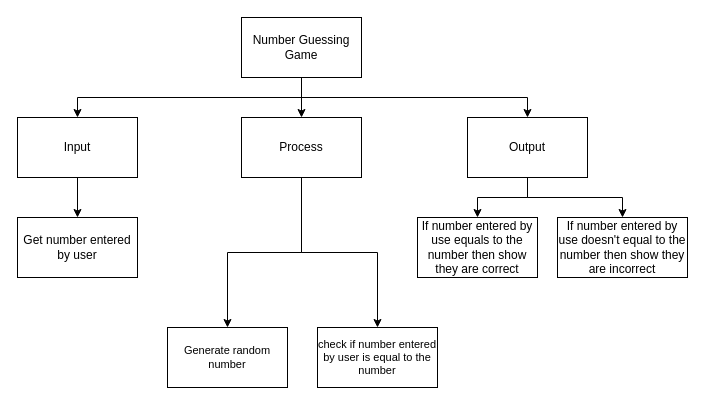
michael-clermont1/ICS3U-Unit4-05-Python keeps this draw.io diagram as design.drawio. Above is the earlier version. Source tidied: cells renumbered, new cells numbered last; positions are measured from the earlier drawing's top-left corner, leaving out a move shared by most shapes. Both pictures are drawn from the tidied source at 100%, with x=0, y=0 at pixel (17, 17).
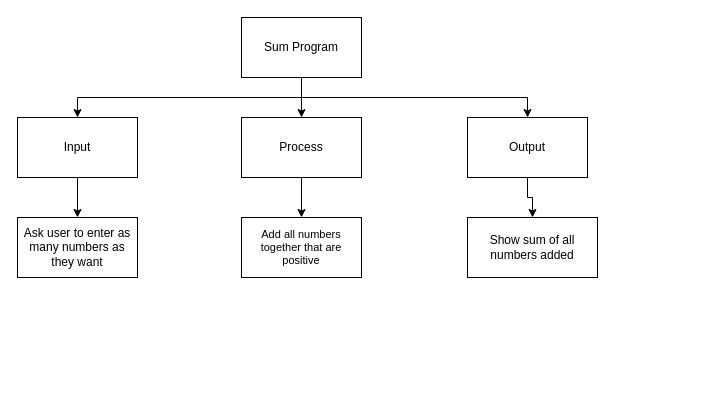
The same page after the edit.

Unchanged cells that the change refers to:
```xml
<mxCell id="10" value="Process" style="rounded=0;whiteSpace=wrap;html=1;" parent="1" vertex="1">
  <mxGeometry x="224" y="100" width="120" height="60" as="geometry" />
</mxCell>
<mxCell id="13" value="Output" style="rounded=0;whiteSpace=wrap;html=1;" parent="1" vertex="1">
  <mxGeometry x="450" y="100" width="120" height="60" as="geometry" />
</mxCell>
```

The edit, as a diff of the source:
```diff
@@
-    <mxCell id="5" value="Number Guessing Game" style="rounded=0;whiteSpace=wrap;html=1;" parent="1" vertex="1">
+    <mxCell id="5" value="Sum Program" style="rounded=0;whiteSpace=wrap;html=1;" parent="1" vertex="1">
       <mxGeometry x="224" width="120" height="60" as="geometry" />
     </mxCell>
@@
-    <mxCell id="9" style="edgeStyle=orthogonalEdgeStyle;html=1;entryX=0.5;entryY=0;entryDx=0;entryDy=0;rounded=0;" parent="1" edge="1" source="10" target="18">
-      <mxGeometry relative="1" as="geometry" />
-    </mxCell>
@@
-    <mxCell id="11" style="edgeStyle=orthogonalEdgeStyle;html=1;entryX=0.5;entryY=0;entryDx=0;entryDy=0;rounded=0;" parent="1" edge="1" source="13" target="15">
-      <mxGeometry relative="1" as="geometry" />
-    </mxCell>
@@
-    <mxCell id="14" value="Get number entered by user" style="rounded=0;whiteSpace=wrap;html=1;" parent="1" vertex="1">
+    <mxCell id="14" value="Ask user to enter as many numbers as they want" style="rounded=0;whiteSpace=wrap;html=1;" parent="1" vertex="1">
       <mxGeometry y="200" width="120" height="60" as="geometry" />
     </mxCell>
-    <mxCell id="15" value="If number entered by use equals to the number then show they are correct" style="rounded=0;whiteSpace=wrap;html=1;" parent="1" vertex="1">
-      <mxGeometry x="400" y="200" width="120" height="60" as="geometry" />
-    </mxCell>
-    <mxCell id="16" value="check if number entered by user is equal to the number" style="rounded=0;whiteSpace=wrap;html=1;fontFamily=Helvetica;fontSize=11;fontColor=default;" parent="1" vertex="1">
-      <mxGeometry x="300" y="310" width="120" height="60" as="geometry" />
+    <mxCell id="16" value="Add all numbers together that are positive" style="rounded=0;whiteSpace=wrap;html=1;fontFamily=Helvetica;fontSize=11;fontColor=default;" parent="1" vertex="1">
+      <mxGeometry x="224" y="200" width="120" height="60" as="geometry" />
     </mxCell>
-    <mxCell id="17" value="If number entered by use doesn't equal to the number then show they are incorrect" style="rounded=0;whiteSpace=wrap;html=1;" parent="1" vertex="1">
-      <mxGeometry x="540" y="200" width="130" height="60" as="geometry" />
+    <mxCell id="17" value="Show sum of all numbers added" style="rounded=0;whiteSpace=wrap;html=1;" parent="1" vertex="1">
+      <mxGeometry x="450" y="200" width="130" height="60" as="geometry" />
     </mxCell>
-    <mxCell id="18" value="Generate random number" style="rounded=0;whiteSpace=wrap;html=1;fontFamily=Helvetica;fontSize=11;fontColor=default;" parent="1" vertex="1">
-      <mxGeometry x="150" y="310" width="120" height="60" as="geometry" />
-    </mxCell>
```
